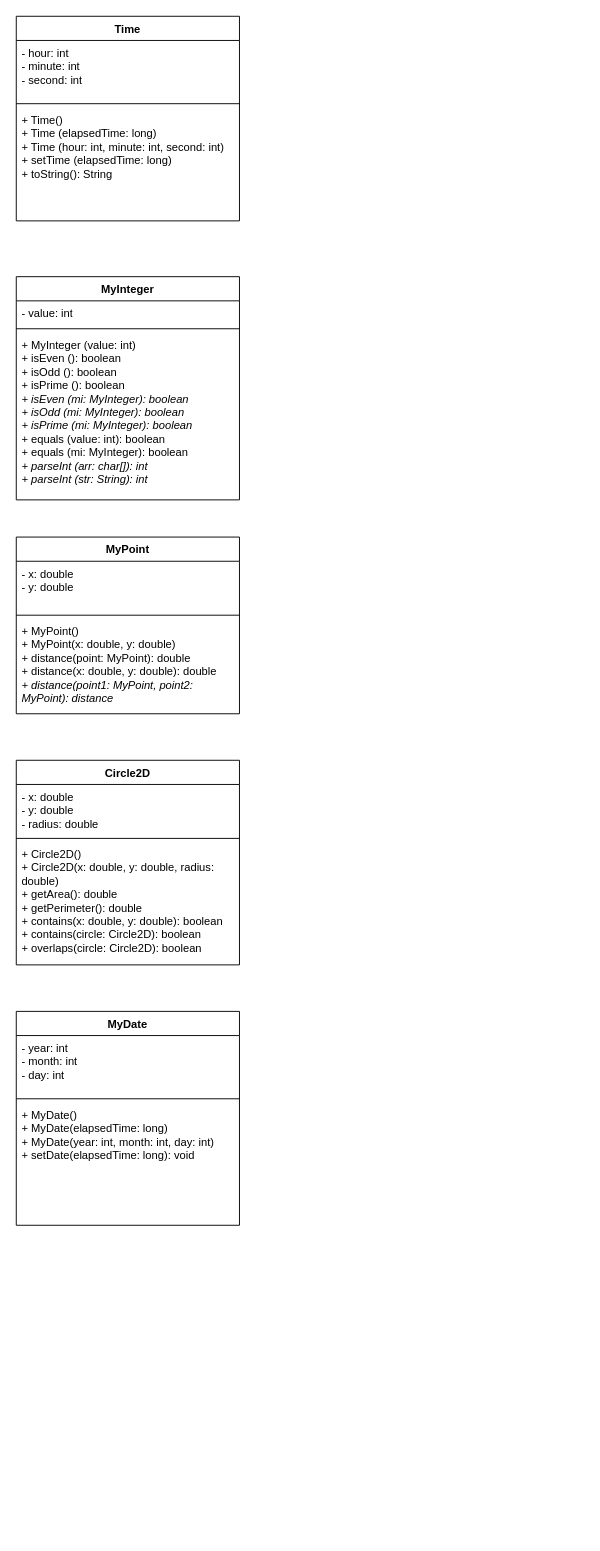
This is uml/Chapter10.drawio from xmednikovi/intro-to-java-programming-exercises, a draw.io file, before an edit. Source tidied: cells renumbered, new cells numbered last; positions are measured from the earlier drawing's top-left corner, leaving out a move shared by most shapes. Both pictures are drawn from the tidied source at 93%, with x=0, y=0 at pixel (16, 16).
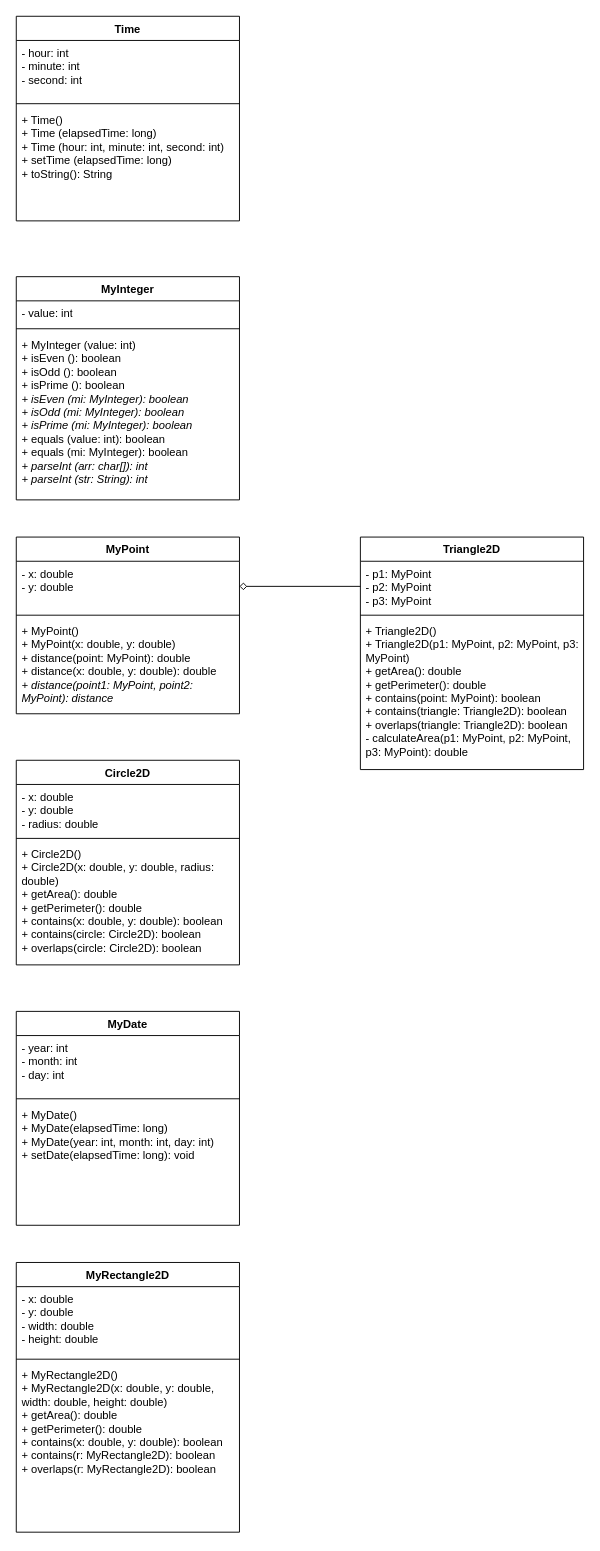
The same page after the edit.

Unchanged cells that the change refers to:
```xml
<mxCell id="11" value="- x: double&lt;br&gt;- y: double" style="text;strokeColor=none;fillColor=none;align=left;verticalAlign=top;spacingLeft=4;spacingRight=4;overflow=hidden;points=[[0,0.5],[1,0.5]];portConstraint=eastwest;whiteSpace=wrap;html=1;" parent="10" vertex="1">
  <mxGeometry y="26" width="240" height="54" as="geometry" />
</mxCell>
```

The edit, as a diff of the source:
```diff
@@
+    <mxCell id="22" value="Triangle2D" style="swimlane;fontStyle=1;align=center;verticalAlign=top;horizontal=1;startSize=26;whiteSpace=wrap;html=1;" parent="1" vertex="1">
+      <mxGeometry x="370" y="560" width="240" height="250" as="geometry" />
+    </mxCell>
+    <mxCell id="23" value="- p1: MyPoint&lt;br&gt;- p2: MyPoint&lt;br&gt;- p3: MyPoint" style="text;strokeColor=none;fillColor=none;align=left;verticalAlign=top;spacingLeft=4;spacingRight=4;overflow=hidden;points=[[0,0.5],[1,0.5]];portConstraint=eastwest;whiteSpace=wrap;html=1;" parent="22" vertex="1">
+      <mxGeometry y="26" width="240" height="54" as="geometry" />
+    </mxCell>
+    <mxCell id="24" style="line;strokeWidth=1;fillColor=none;align=left;verticalAlign=middle;spacingTop=-1;spacingLeft=3;spacingRight=3;labelPosition=right;strokeColor=inherit;" parent="22" vertex="1">
+      <mxGeometry y="80" width="240" height="8" as="geometry" />
+    </mxCell>
+    <mxCell id="25" value="+ Triangle2D()&lt;br&gt;+ Triangle2D(p1: MyPoint, p2: MyPoint, p3: MyPoint)&lt;br&gt;+ getArea(): double&lt;br&gt;+ getPerimeter(): double&lt;br&gt;+ contains(point: MyPoint): boolean&lt;br&gt;+ contains(triangle: Triangle2D): boolean&lt;br&gt;+ overlaps(triangle: Triangle2D): boolean&lt;br&gt;- calculateArea(p1: MyPoint, p2: MyPoint, p3: MyPoint): double" style="text;strokeColor=none;fillColor=none;align=left;verticalAlign=top;spacingLeft=4;spacingRight=4;overflow=hidden;whiteSpace=wrap;html=1;" parent="22" vertex="1">
+      <mxGeometry y="88" width="240" height="162" as="geometry" />
+    </mxCell>
+    <mxCell id="26" style="edgeStyle=orthogonalEdgeStyle;rounded=0;jettySize=auto;html=1;entryX=1;entryY=0.5;entryDx=0;entryDy=0;endArrow=diamond;endFill=0;" parent="1" edge="1" source="23" target="11">
+      <mxGeometry relative="1" as="geometry" />
+    </mxCell>
+    <mxCell id="27" value="MyRectangle2D" style="swimlane;fontStyle=1;align=center;verticalAlign=top;horizontal=1;startSize=26;whiteSpace=wrap;html=1;" parent="1" vertex="1">
+      <mxGeometry y="1340" width="240" height="290" as="geometry" />
+    </mxCell>
+    <mxCell id="28" value="- x: double&lt;br&gt;- y: double&lt;br&gt;- width: double&lt;br&gt;- height: double" style="text;strokeColor=none;fillColor=none;align=left;verticalAlign=top;spacingLeft=4;spacingRight=4;overflow=hidden;whiteSpace=wrap;html=1;" parent="27" vertex="1">
+      <mxGeometry y="26" width="240" height="74" as="geometry" />
+    </mxCell>
+    <mxCell id="29" style="line;strokeWidth=1;fillColor=none;align=left;verticalAlign=middle;spacingTop=-1;spacingLeft=3;spacingRight=3;labelPosition=right;strokeColor=inherit;" parent="27" vertex="1">
+      <mxGeometry y="100" width="240" height="8" as="geometry" />
+    </mxCell>
+    <mxCell id="30" value="+ MyRectangle2D()&lt;br&gt;+ MyRectangle2D(x: double, y: double, width: double, height: double)&lt;br&gt;+ getArea(): double&lt;br&gt;+ getPerimeter(): double&lt;br&gt;+ contains(x: double, y: double): boolean&lt;br&gt;+ contains(r: MyRectangle2D): boolean&lt;br&gt;+ overlaps(r: MyRectangle2D): boolean" style="text;strokeColor=none;fillColor=none;align=left;verticalAlign=top;spacingLeft=4;spacingRight=4;overflow=hidden;whiteSpace=wrap;html=1;" parent="27" vertex="1">
+      <mxGeometry y="108" width="240" height="182" as="geometry" />
+    </mxCell>
```
